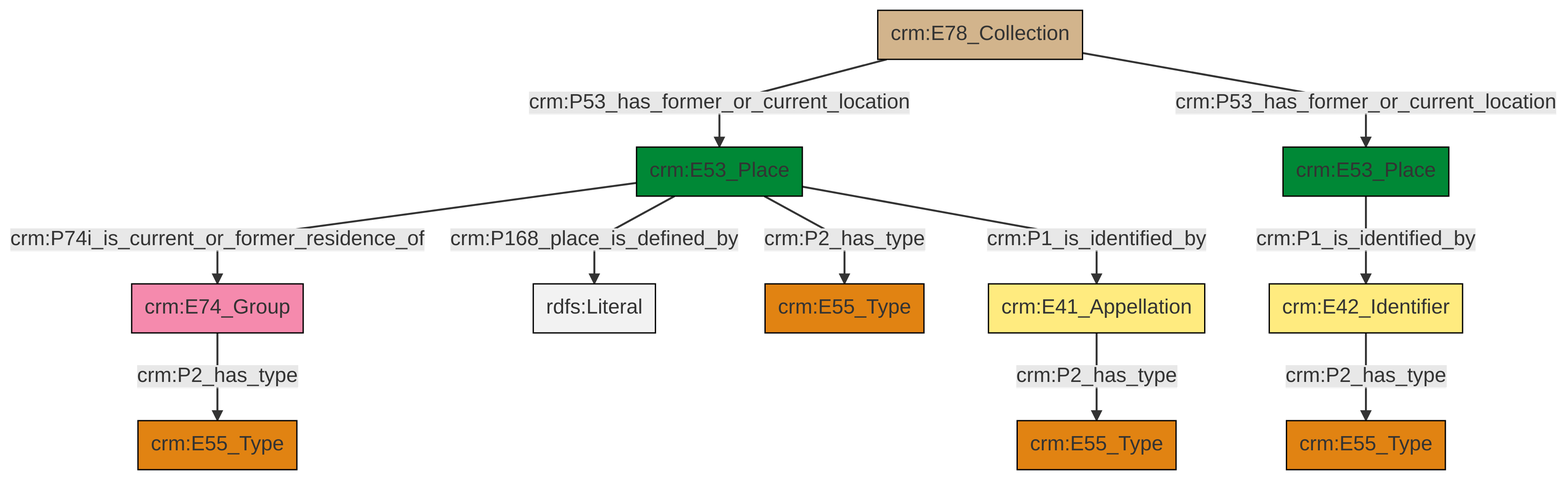
Earlier version of the Mermaid export et/archivalCSV/ttl/mmd/png/archival_location.png (swiss-art-research-net/docs.swissartresearch). Its source is kept beside it as et/archivalCSV/ttl/mmd/archival_location.ttl.mmd.
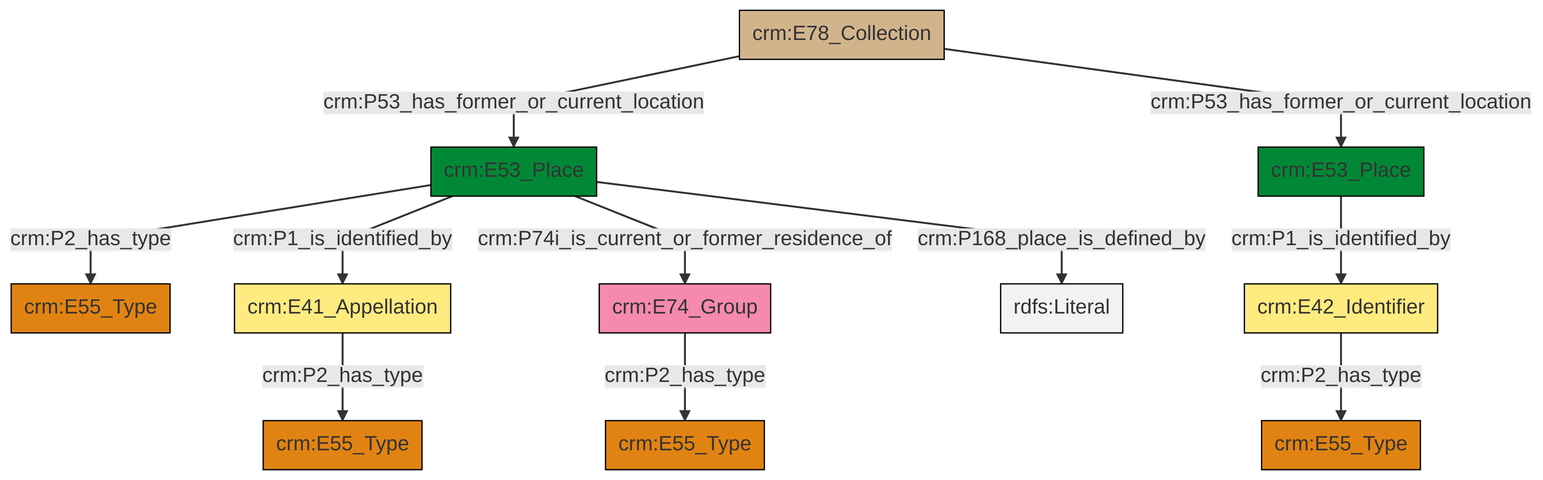
Later version of the same file.

Change to the diagram source:
```diff
@@ -13,13 +13,13 @@
 classDef PC_Classes fill:#4ce600, stroke:#000000;
 classDef Multi fill:#cccccc,stroke:#000000;
 
-2["crm:E78_Collection"]:::Physical_Thing -->|crm:P53_has_former_or_current_location| 3["crm:E53_Place"]:::Place
-3["crm:E53_Place"]:::Place -->|crm:P168_place_is_defined_by| 5[rdfs:Literal]:::Literal
-0["crm:E41_Appellation"]:::Appellation -->|crm:P2_has_type| 10["crm:E55_Type"]:::Type
-12["crm:E42_Identifier"]:::Appellation -->|crm:P2_has_type| 13["crm:E55_Type"]:::Type
-2["crm:E78_Collection"]:::Physical_Thing -->|crm:P53_has_former_or_current_location| 8["crm:E53_Place"]:::Place
-3["crm:E53_Place"]:::Place -->|crm:P74i_is_current_or_former_residence_of| 17["crm:E74_Group"]:::Actor
-8["crm:E53_Place"]:::Place -->|crm:P1_is_identified_by| 12["crm:E42_Identifier"]:::Appellation
-3["crm:E53_Place"]:::Place -->|crm:P1_is_identified_by| 0["crm:E41_Appellation"]:::Appellation
-17["crm:E74_Group"]:::Actor -->|crm:P2_has_type| 14["crm:E55_Type"]:::Type
-3["crm:E53_Place"]:::Place -->|crm:P2_has_type| 6["crm:E55_Type"]:::Type
+0["crm:E53_Place"]:::Place -->|crm:P2_has_type| 2["crm:E55_Type"]:::Type
+3["crm:E78_Collection"]:::Physical_Thing -->|crm:P53_has_former_or_current_location| 0["crm:E53_Place"]:::Place
+0["crm:E53_Place"]:::Place -->|crm:P1_is_identified_by| 5["crm:E41_Appellation"]:::Appellation
+9["crm:E74_Group"]:::Actor -->|crm:P2_has_type| 10["crm:E55_Type"]:::Type
+13["crm:E53_Place"]:::Place -->|crm:P1_is_identified_by| 14["crm:E42_Identifier"]:::Appellation
+0["crm:E53_Place"]:::Place -->|crm:P74i_is_current_or_former_residence_of| 9["crm:E74_Group"]:::Actor
+3["crm:E78_Collection"]:::Physical_Thing -->|crm:P53_has_former_or_current_location| 13["crm:E53_Place"]:::Place
+14["crm:E42_Identifier"]:::Appellation -->|crm:P2_has_type| 7["crm:E55_Type"]:::Type
+0["crm:E53_Place"]:::Place -->|crm:P168_place_is_defined_by| 20[rdfs:Literal]:::Literal
+5["crm:E41_Appellation"]:::Appellation -->|crm:P2_has_type| 11["crm:E55_Type"]:::Type
```
